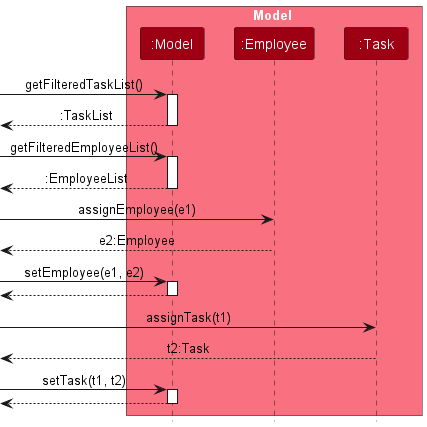
The PlantUML diagram docs/images/AssignTaskSequence-Model.png in azumieflare/tp, before a commit.
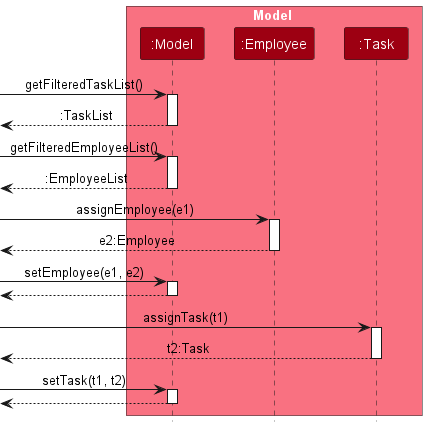
Later version of the same file.

Commit message:
Update AssignTaskSequence Model

Add activation bars that were missing.

Diff of the diagram source:
```diff
@@ -19,7 +19,9 @@
 deactivate Model
 
 [-> Employee : assignEmployee(e1)
+activate Employee
 [<-- Employee : e2:Employee
+deactivate Employee
 
 [-> Model : setEmployee(e1, e2)
 activate Model
@@ -27,7 +29,9 @@
 deactivate Model
 
 [-> Task : assignTask(t1)
+activate Task
 [<-- Task : t2:Task
+deactivate Task
 
 [-> Model : setTask(t1, t2)
 activate Model
```
